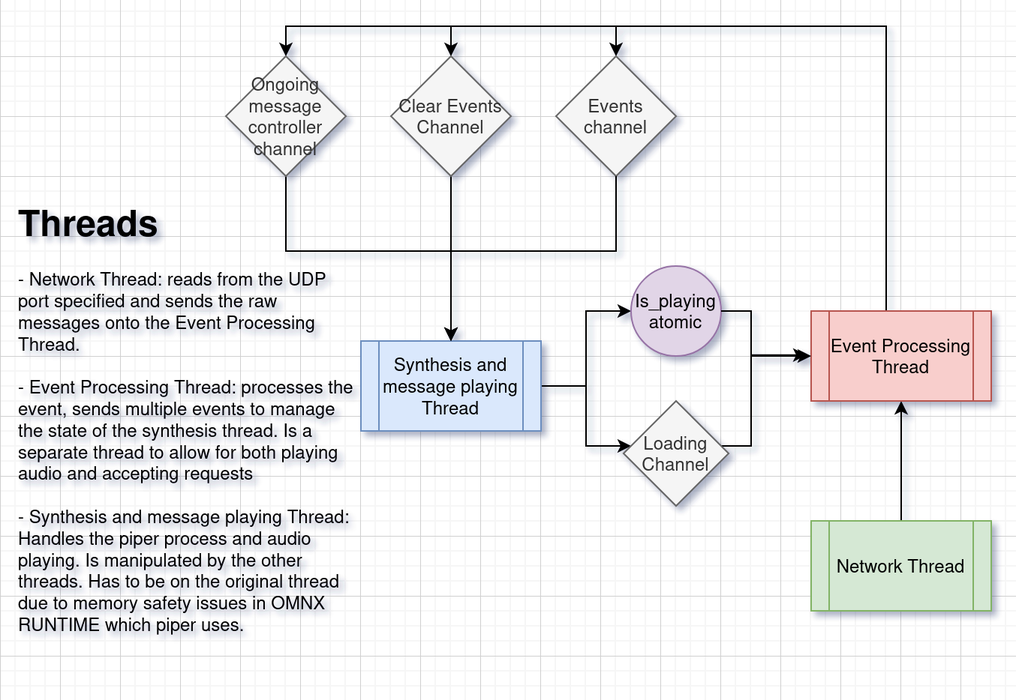
This is miTTenS/structure.png from Retkid/CDN, a draw.io export, as it was before one commit. Source tidied: cells renumbered, new cells last; positions are measured from the earlier drawing's top-left corner, leaving out a move shared by most shapes.
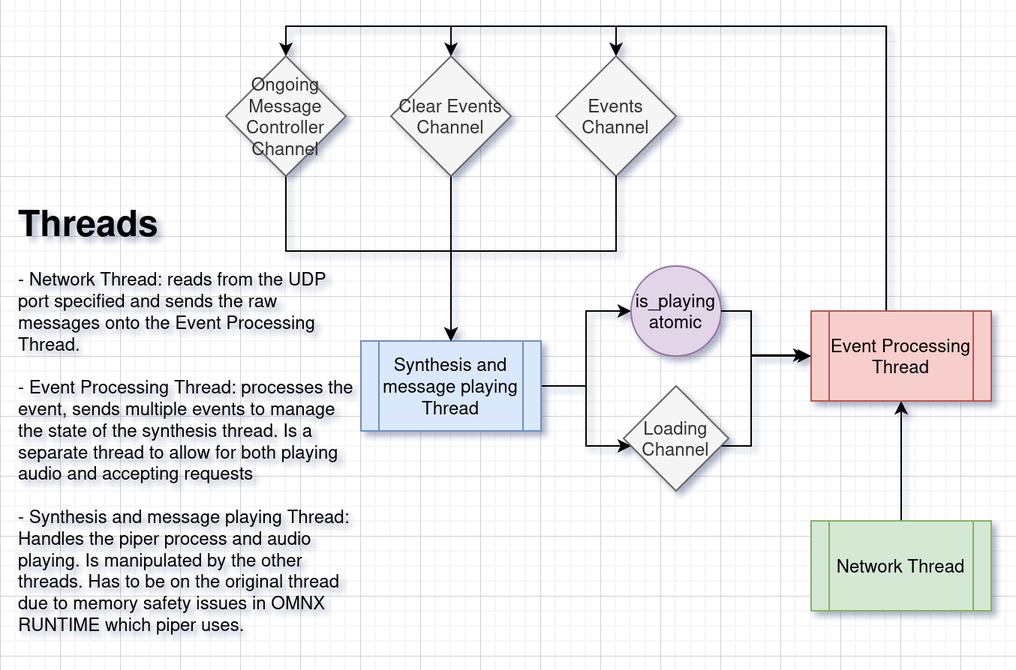
The same diagram one commit later.

Change to the diagram source:
```diff
@@ -49,7 +49,7 @@
     <mxCell id="10" value="Event Processing Thread" style="shape=process;whiteSpace=wrap;html=1;backgroundOutline=1;fillColor=#f8cecc;strokeColor=#b85450;" parent="1" vertex="1">
       <mxGeometry x="530" y="190" width="120" height="60" as="geometry" />
     </mxCell>
-    <mxCell id="11" value="Events channel" style="rhombus;whiteSpace=wrap;html=1;fillColor=#f5f5f5;strokeColor=#666666;fontColor=#333333;" parent="1" vertex="1">
+    <mxCell id="11" value="Events Channel" style="rhombus;whiteSpace=wrap;html=1;fillColor=#f5f5f5;strokeColor=#666666;fontColor=#333333;" parent="1" vertex="1">
       <mxGeometry x="360" y="20" width="80" height="80" as="geometry" />
     </mxCell>
     <mxCell id="12" style="edgeStyle=orthogonalEdgeStyle;rounded=0;jettySize=auto;html=1;exitX=0.5;exitY=1;exitDx=0;exitDy=0;" parent="1" edge="1" source="11" target="4">
@@ -74,10 +74,10 @@
         </Array>
       </mxGeometry>
     </mxCell>
-    <mxCell id="16" value="Ongoing message controller channel" style="rhombus;whiteSpace=wrap;html=1;fillColor=#f5f5f5;strokeColor=#666666;fontColor=#333333;" parent="1" vertex="1">
+    <mxCell id="16" value="Ongoing Message Controller Channel" style="rhombus;whiteSpace=wrap;html=1;fillColor=#f5f5f5;strokeColor=#666666;fontColor=#333333;" parent="1" vertex="1">
       <mxGeometry x="140" y="20" width="80" height="80" as="geometry" />
     </mxCell>
-    <mxCell id="17" value="Is_playing&lt;br&gt;atomic" style="ellipse;whiteSpace=wrap;html=1;fillColor=#e1d5e7;strokeColor=#9673a6;" parent="1" vertex="1">
+    <mxCell id="17" value="is_playing&lt;br&gt;atomic" style="ellipse;whiteSpace=wrap;html=1;fillColor=#e1d5e7;strokeColor=#9673a6;" parent="1" vertex="1">
       <mxGeometry x="410" y="160" width="60" height="60" as="geometry" />
     </mxCell>
     <mxCell id="18" style="edgeStyle=orthogonalEdgeStyle;rounded=0;jettySize=auto;html=1;entryX=0;entryY=0.5;entryDx=0;entryDy=0;" parent="1" edge="1" source="19" target="10">
@@ -89,7 +89,7 @@
       </mxGeometry>
     </mxCell>
     <mxCell id="19" value="Loading Channel" style="rhombus;whiteSpace=wrap;html=1;fillColor=#f5f5f5;strokeColor=#666666;fontColor=#333333;" parent="1" vertex="1">
-      <mxGeometry x="405" y="250" width="70" height="70" as="geometry" />
+      <mxGeometry x="405" y="240" width="70" height="70" as="geometry" />
     </mxCell>
     <mxCell id="20" style="edgeStyle=orthogonalEdgeStyle;rounded=0;jettySize=auto;html=1;entryX=-0.025;entryY=0.489;entryDx=0;entryDy=0;entryPerimeter=0;" parent="1" edge="1" source="17" target="10">
       <mxGeometry relative="1" as="geometry">
@@ -100,7 +100,7 @@
       </mxGeometry>
     </mxCell>
     <mxCell id="21" value="&lt;h1 style=&quot;margin-top: 0px;&quot;&gt;Threads&lt;/h1&gt;&lt;div&gt;- Network Thread: reads from the UDP port specified and sends the raw messages onto the Event Processing Thread.&lt;/div&gt;&lt;div&gt;&lt;br&gt;&lt;/div&gt;&lt;div&gt;- Event Processing Thread: processes the event, sends multiple events to manage the state of the synthesis thread. Is a separate thread to allow for both playing audio and accepting requests &lt;br&gt;&lt;/div&gt;&lt;div&gt;&lt;br&gt;&lt;/div&gt;&lt;div&gt;- Synthesis and message playing Thread: Handles the piper process and audio playing. Is manipulated by the other threads. Has to be on the original thread due to memory safety issues in OMNX RUNTIME which piper uses.&lt;br&gt;&lt;/div&gt;" style="text;html=1;whiteSpace=wrap;overflow=hidden;rounded=0;" parent="1" vertex="1">
-      <mxGeometry y="110" width="230" height="320" as="geometry" />
+      <mxGeometry y="110" width="230" height="300" as="geometry" />
     </mxCell>
   </root>
 </mxGraphModel>
```
